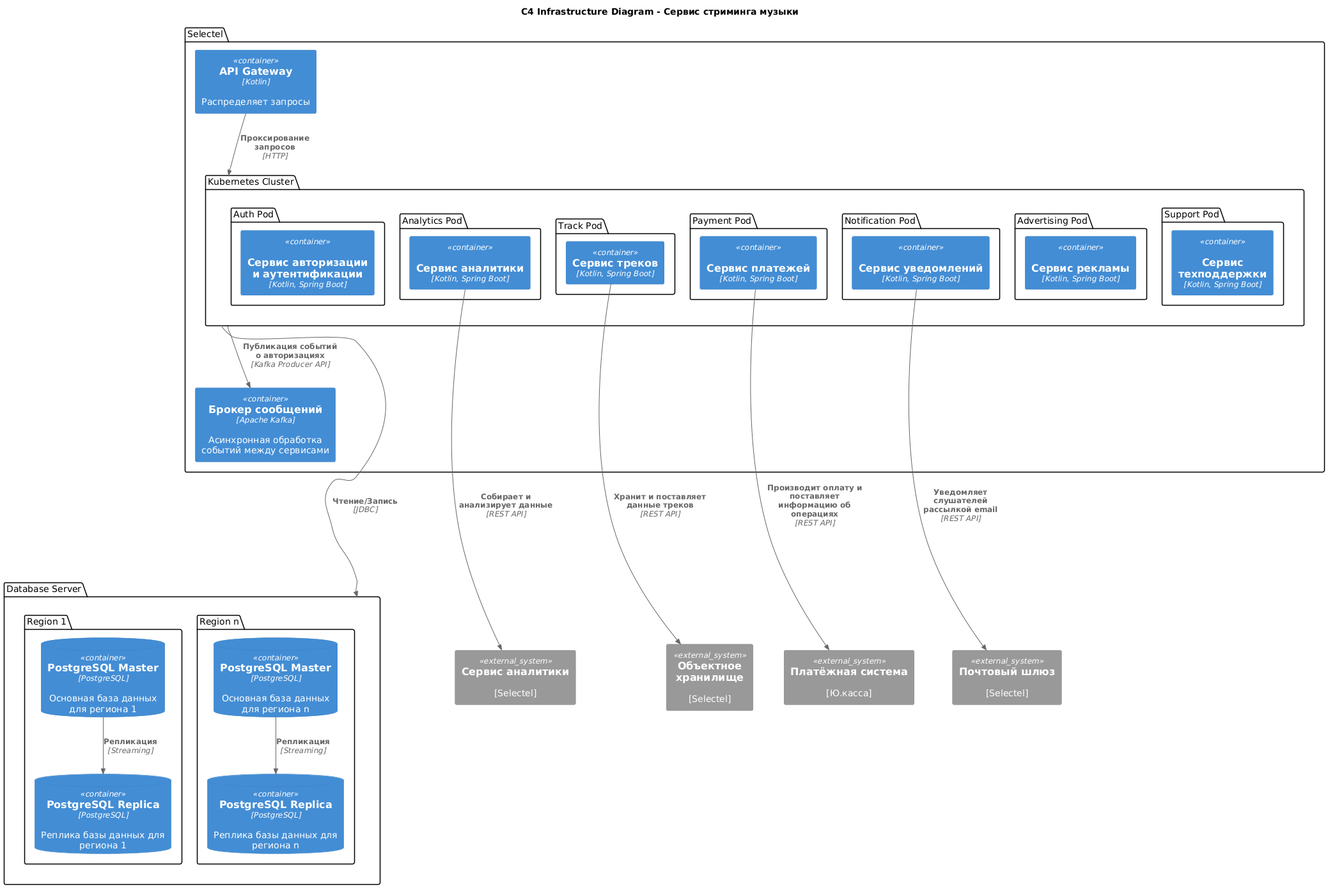
Above: out/2. Технический проект/infrastructure/infrastructure.png in Dasha23451/Project-doc (PlantUML), before the change. The source it was exported from:
```plantuml
@startuml
!define C4P https://raw.githubusercontent.com/plantuml-stdlib/C4-PlantUML/master
!includeurl C4P/C4_Container.puml

title C4 Infrastructure Diagram - Сервис стриминга музыки

package "Selectel" as cloud {
    Container(nginx, "API Gateway", "Kotlin", "Распределяет запросы")

    package "Kubernetes Cluster" as k8s_cluster {
        package "Auth Pod" as auth_pod {
            Container(authorization_gateway, "Сервис авторизации и аутентификации", "Kotlin, Spring Boot", "", $sprite="kotlin")
        }

        package "Analytics Pod" as parking_pod {
            Container(analytics_service, "Сервис аналитики", "Kotlin, Spring Boot", "", $sprite="kotlin")
        }

        package "Track Pod" as search_pod {
            Container(track_service, "Сервис треков", "Kotlin, Spring Boot")
        }

        package "Payment Pod" as payment_pod {
            Container(payment_service, "Сервис платежей", "Kotlin, Spring Boot", "", $sprite="kotlin")
        }

        package "Notification Pod" as notification_pod {
             Container(notification_service, "Сервис уведомлений", "Kotlin, Spring Boot", "", $sprite="kotlin")
        }

        package "Advertising Pod" as support_pod {
            Container(advertising_service, "Сервис рекламы", "Kotlin, Spring Boot", "", $sprite="kotlin")
        }

        package "Support Pod" as report_pod {
            Container(support_service, "Сервис техподдержки", "Kotlin, Spring Boot", "", $sprite="kotlin")
        }
    }

    Container(kafka, "Брокер сообщений", "Apache Kafka", "Асинхронная обработка событий между сервисами")
}

package "Database Server" as database {
    package "Region 1" as region1 {
        ContainerDb(database_r1_master, "PostgreSQL Master", "PostgreSQL", "Основная база данных для региона 1")
        ContainerDb(database_r1_replica, "PostgreSQL Replica", "PostgreSQL", "Реплика базы данных для региона 1")
    }

    package "Region n" as regionn {
        ContainerDb(database_rn_master, "PostgreSQL Master", "PostgreSQL", "Основная база данных для региона n")
        ContainerDb(database_rn_replica, "PostgreSQL Replica", "PostgreSQL", "Реплика базы данных для региона n")
    }
}

System_Ext(payment_system, "Платёжная система", "[Ю.касса]")
System_Ext(email_service, "Почтовый шлюз", "[Selectel]")
System_Ext(storage, "Объектное хранилище", "[Selectel]")
System_Ext(analytics, "Сервис аналитики", "[Selectel]")

Rel(k8s_cluster, database , "Чтение/Запись", "JDBC")

Rel_D(database_r1_master, database_r1_replica, "Репликация", "Streaming")
Rel_D(database_rn_master, database_rn_replica, "Репликация", "Streaming")

Rel(track_service, storage, "Хранит и поставляет данные треков", "REST API")
Rel(analytics_service, analytics, "Собирает и анализирует данные", "REST API")
Rel(payment_service, payment_system, "Производит оплату и поставляет информацию об операциях", "REST API")
Rel(notification_service, email_service, "Уведомляет слушателей рассылкой email", "REST API")

Rel(nginx, k8s_cluster, "Проксирование запросов", "HTTP")

Rel(k8s_cluster, kafka, "Публикация событий о авторизациях", "Kafka Producer API")

k8s_cluster --[hidden]--> database
track_service--[hidden]--> storage
analytics_service--[hidden]--> analytics
payment_service --[hidden]--> payment_system
notification_service--[hidden]--> email_service
@enduml
```
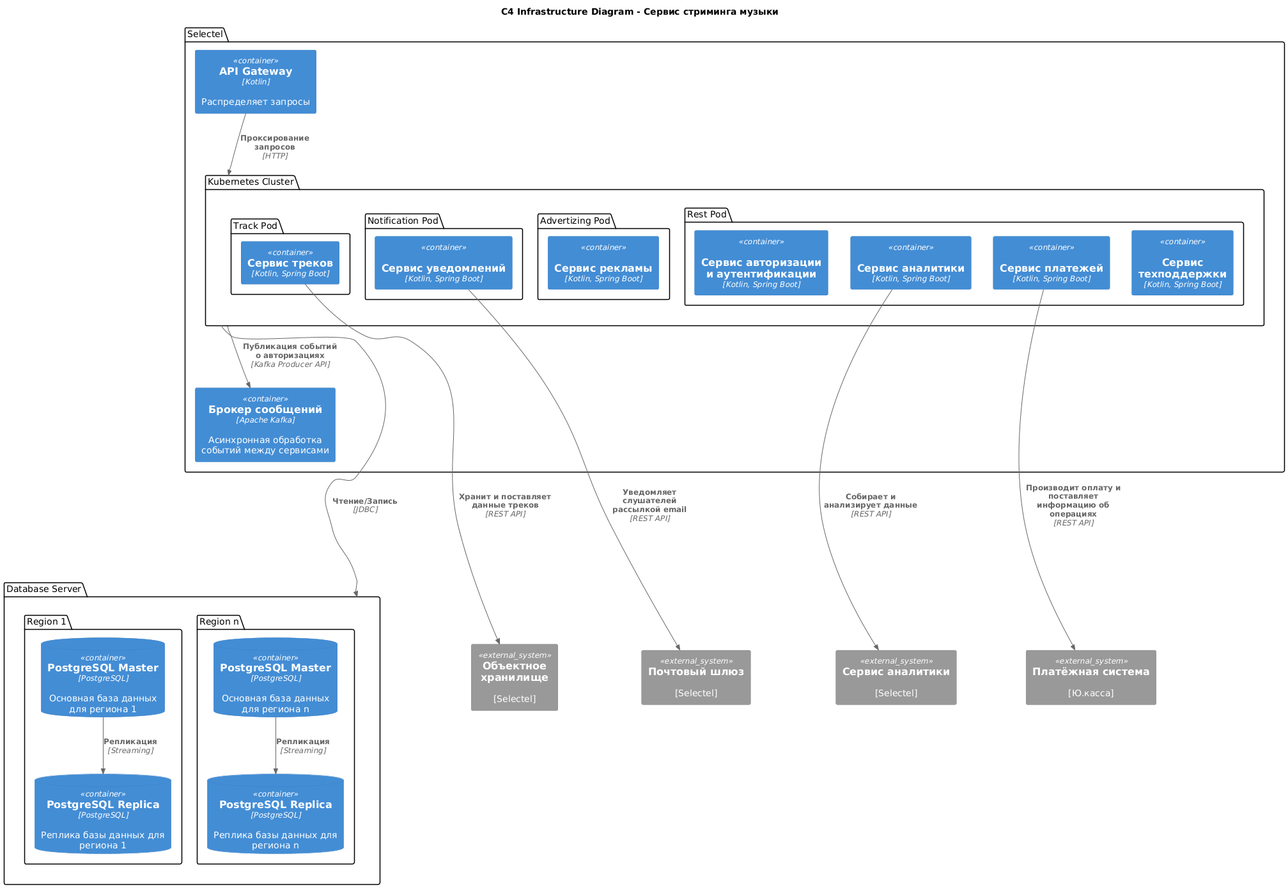
After the change.

Commit message:
Внесены исправления в задание infrastructure

Change to the diagram source:
```diff
@@ -1,76 +1,56 @@
 @startuml
 !define C4P https://raw.githubusercontent.com/plantuml-stdlib/C4-PlantUML/master
 !includeurl C4P/C4_Container.puml
-
 title C4 Infrastructure Diagram - Сервис стриминга музыки
-
 package "Selectel" as cloud {
     Container(nginx, "API Gateway", "Kotlin", "Распределяет запросы")
-
     package "Kubernetes Cluster" as k8s_cluster {
-        package "Auth Pod" as auth_pod {
-            Container(authorization_gateway, "Сервис авторизации и аутентификации", "Kotlin, Spring Boot", "", $sprite="kotlin")
-        }
-
-        package "Analytics Pod" as parking_pod {
-            Container(analytics_service, "Сервис аналитики", "Kotlin, Spring Boot", "", $sprite="kotlin")
-        }
-
         package "Track Pod" as search_pod {
             Container(track_service, "Сервис треков", "Kotlin, Spring Boot")
         }
-
-        package "Payment Pod" as payment_pod {
-            Container(payment_service, "Сервис платежей", "Kotlin, Spring Boot", "", $sprite="kotlin")
-        }
-
         package "Notification Pod" as notification_pod {
              Container(notification_service, "Сервис уведомлений", "Kotlin, Spring Boot", "", $sprite="kotlin")
         }
+        package "Advertizing Pod" as report_pod {
+             Container(advertising_service, "Сервис рекламы", "Kotlin, Spring Boot", "", $sprite="kotlin")
+        }
+        package "Rest Pod" as auth_pod {
+            Container(authorization_gateway, "Сервис авторизации и аутентификации", "Kotlin, Spring Boot", "", $sprite="kotlin")
 
-        package "Advertising Pod" as support_pod {
+            Container(analytics_service, "Сервис аналитики", "Kotlin, Spring Boot", "", $sprite="kotlin")
+
+            Container(payment_service, "Сервис платежей", "Kotlin, Spring Boot", "", $sprite="kotlin")
+
             Container(advertising_service, "Сервис рекламы", "Kotlin, Spring Boot", "", $sprite="kotlin")
-        }
 
-        package "Support Pod" as report_pod {
             Container(support_service, "Сервис техподдержки", "Kotlin, Spring Boot", "", $sprite="kotlin")
         }
     }
-
     Container(kafka, "Брокер сообщений", "Apache Kafka", "Асинхронная обработка событий между сервисами")
 }
-
 package "Database Server" as database {
     package "Region 1" as region1 {
         ContainerDb(database_r1_master, "PostgreSQL Master", "PostgreSQL", "Основная база данных для региона 1")
         ContainerDb(database_r1_replica, "PostgreSQL Replica", "PostgreSQL", "Реплика базы данных для региона 1")
     }
-
     package "Region n" as regionn {
         ContainerDb(database_rn_master, "PostgreSQL Master", "PostgreSQL", "Основная база данных для региона n")
         ContainerDb(database_rn_replica, "PostgreSQL Replica", "PostgreSQL", "Реплика базы данных для региона n")
     }
 }
-
 System_Ext(payment_system, "Платёжная система", "[Ю.касса]")
 System_Ext(email_service, "Почтовый шлюз", "[Selectel]")
 System_Ext(storage, "Объектное хранилище", "[Selectel]")
 System_Ext(analytics, "Сервис аналитики", "[Selectel]")
-
 Rel(k8s_cluster, database , "Чтение/Запись", "JDBC")
-
 Rel_D(database_r1_master, database_r1_replica, "Репликация", "Streaming")
 Rel_D(database_rn_master, database_rn_replica, "Репликация", "Streaming")
-
 Rel(track_service, storage, "Хранит и поставляет данные треков", "REST API")
 Rel(analytics_service, analytics, "Собирает и анализирует данные", "REST API")
 Rel(payment_service, payment_system, "Производит оплату и поставляет информацию об операциях", "REST API")
 Rel(notification_service, email_service, "Уведомляет слушателей рассылкой email", "REST API")
-
 Rel(nginx, k8s_cluster, "Проксирование запросов", "HTTP")
-
 Rel(k8s_cluster, kafka, "Публикация событий о авторизациях", "Kafka Producer API")
-
 k8s_cluster --[hidden]--> database
 track_service--[hidden]--> storage
 analytics_service--[hidden]--> analytics
```
